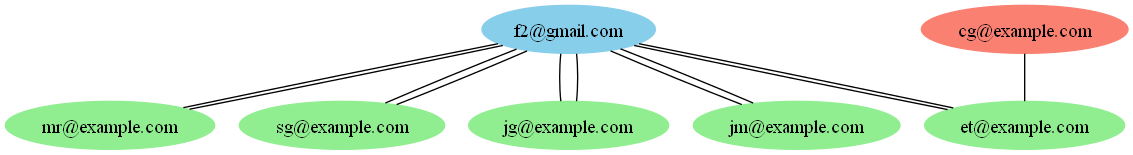
Above: Fase3/main/build/Desktop_Qt_6_7_2_MinGW_64_bit-Debug/grafo_Amistades_Sugerencias.dot.png in Kevin-alvarez1/PROYECTO_MULTIFASES_RED_SOCIAL (Graphviz), before the change. Its source is kept beside it as Fase3/main/build/Desktop_Qt_6_7_2_MinGW_64_bit-Debug/grafo_Amistades_Sugerencias.dot.
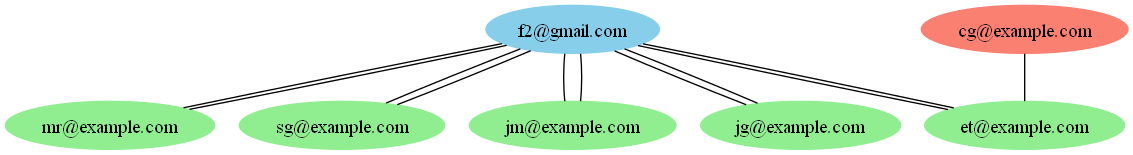
Later version of the same file.

What changed in the source:
```diff
@@ -4,17 +4,17 @@
 "f2@gmail.com" -> "mr@example.com" [dir=none];
 "sg@example.com" [label="sg@example.com" color="lightgreen", style=filled];
 "f2@gmail.com" -> "sg@example.com" [dir=none];
+"jm@example.com" [label="jm@example.com" color="lightgreen", style=filled];
+"f2@gmail.com" -> "jm@example.com" [dir=none];
 "jg@example.com" [label="jg@example.com" color="lightgreen", style=filled];
 "f2@gmail.com" -> "jg@example.com" [dir=none];
-"jm@example.com" [label="jm@example.com" color="lightgreen", style=filled];
-"f2@gmail.com" -> "jm@example.com" [dir=none];
 "et@example.com" [label="et@example.com" color="lightgreen", style=filled];
 "f2@gmail.com" -> "et@example.com" [dir=none];
 "cg@example.com" [label="cg@example.com" color="salmon", style=filled];
 "f2@gmail.com" -> "mr@example.com"[dir=none];
 "f2@gmail.com" -> "sg@example.com"[dir=none];
+"f2@gmail.com" -> "jm@example.com"[dir=none];
 "f2@gmail.com" -> "jg@example.com"[dir=none];
-"f2@gmail.com" -> "jm@example.com"[dir=none];
 "et@example.com" -> "f2@gmail.com"[dir=none];
 "cg@example.com" -> "et@example.com"[dir=none];
 }
```
